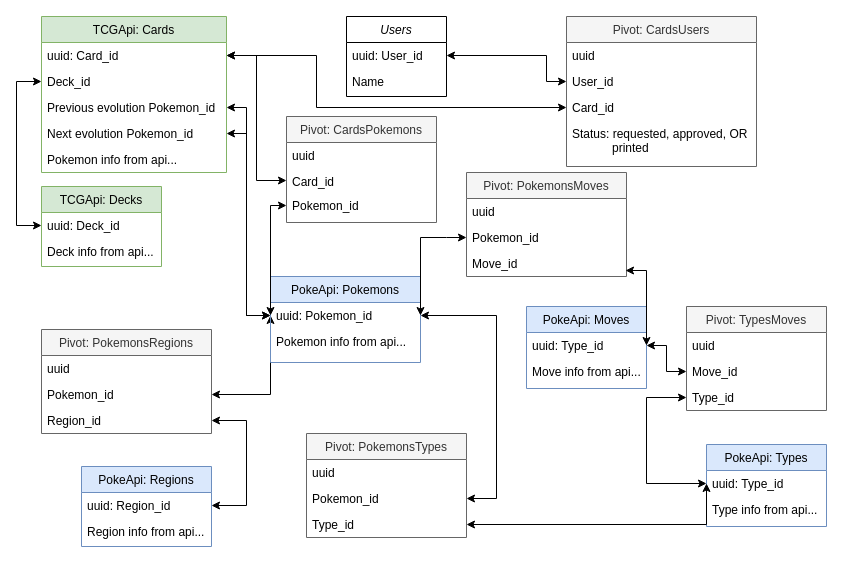
The draw.io diagram Pokemon.drawio in ecreatrix/personal-pokemon, before the edit. Source tidied: cells renumbered, new cells numbered last; positions are measured from the earlier drawing's top-left corner, leaving out a move shared by most shapes. Both pictures are drawn from the tidied source at 100%, with x=0, y=0 at pixel (16, 16).
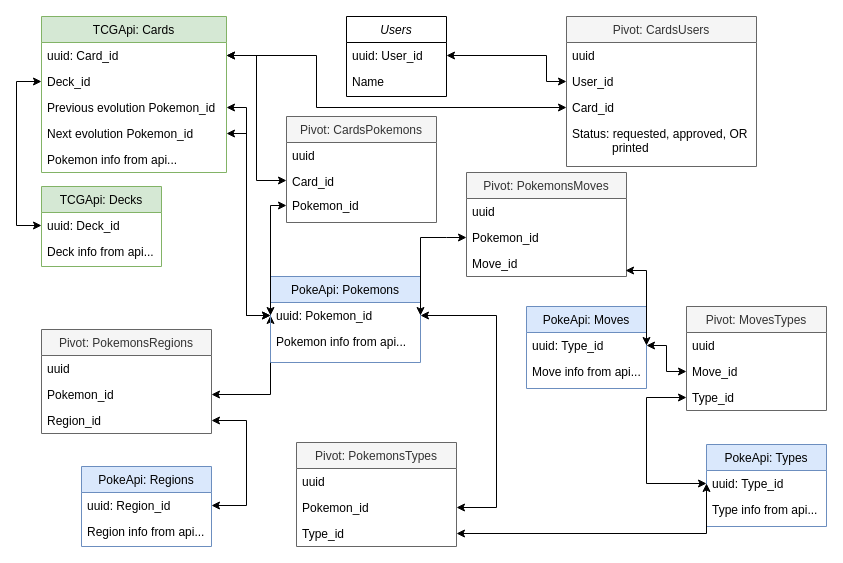
The same page after the edit.

Unchanged cells that the change refers to:
```xml
<mxCell id="29" value="uuid: Type_id" style="text;align=left;verticalAlign=top;spacingLeft=4;spacingRight=4;overflow=hidden;points=[[0,0.5],[1,0.5]];portConstraint=eastwest;" parent="28" vertex="1">
  <mxGeometry y="26" width="120" height="26" as="geometry" />
</mxCell>
<mxCell id="37" value="Pokemon_id" style="text;align=left;verticalAlign=top;spacingLeft=4;spacingRight=4;overflow=hidden;points=[[0,0.5],[1,0.5]];portConstraint=eastwest;rounded=0;shadow=0;html=0;" parent="35" vertex="1">
  <mxGeometry y="52" width="160" height="26" as="geometry" />
</mxCell>
<mxCell id="38" value="Type_id" style="text;align=left;verticalAlign=top;spacingLeft=4;spacingRight=4;overflow=hidden;points=[[0,0.5],[1,0.5]];portConstraint=eastwest;rounded=0;shadow=0;html=0;" parent="35" vertex="1">
  <mxGeometry y="78" width="160" height="26" as="geometry" />
</mxCell>
<mxCell id="47" value="uuid: Pokemon_id" style="text;align=left;verticalAlign=top;spacingLeft=4;spacingRight=4;overflow=hidden;points=[[0,0.5],[1,0.5]];portConstraint=eastwest;" parent="46" vertex="1">
  <mxGeometry y="26" width="150" height="26" as="geometry" />
</mxCell>
```

Diff of the diagram source:
```diff
@@
     <mxCell id="24" style="endArrow=classic;startArrow=classic;html=1;rounded=0;edgeStyle=orthogonalEdgeStyle;exitX=1;exitY=0.5;exitDx=0;exitDy=0;entryX=1;entryY=0.5;entryDx=0;entryDy=0;" parent="1" edge="1" source="47" target="37">
       <mxGeometry relative="1" as="geometry">
         <Array as="points">
           <mxPoint x="480" y="299" />
-          <mxPoint x="480" y="482" />
+          <mxPoint x="480" y="491" />
         </Array>
       </mxGeometry>
     </mxCell>
@@
     <mxCell id="35" value="Pivot: PokemonsTypes" style="swimlane;fontStyle=0;align=center;verticalAlign=top;horizontal=1;startSize=26;rounded=0;shadow=0;strokeWidth=1;fillColor=#f5f5f5;fontColor=#333333;strokeColor=#666666;" parent="1" vertex="1">
-      <mxGeometry x="290" y="417" width="160" height="104" as="geometry" />
+      <mxGeometry x="280" y="426" width="160" height="104" as="geometry" />
     </mxCell>
@@
-    <mxCell id="59" value="Pivot: TypesMoves" style="swimlane;fontStyle=0;align=center;verticalAlign=top;horizontal=1;startSize=26;rounded=0;shadow=0;strokeWidth=1;fillColor=#f5f5f5;fontColor=#333333;strokeColor=#666666;" parent="1" vertex="1">
+    <mxCell id="59" value="Pivot: MovesTypes" style="swimlane;fontStyle=0;align=center;verticalAlign=top;horizontal=1;startSize=26;rounded=0;shadow=0;strokeWidth=1;fillColor=#f5f5f5;fontColor=#333333;strokeColor=#666666;" parent="1" vertex="1">
       <mxGeometry x="670" y="290" width="140" height="104" as="geometry" />
     </mxCell>
@@
     <mxCell id="65" style="endArrow=classic;startArrow=classic;html=1;rounded=0;edgeStyle=orthogonalEdgeStyle;entryX=0;entryY=0.5;entryDx=0;entryDy=0;exitX=1;exitY=0.5;exitDx=0;exitDy=0;" parent="1" edge="1" source="38" target="29">
       <mxGeometry relative="1" as="geometry">
         <Array as="points">
-          <mxPoint x="690" y="508" />
+          <mxPoint x="690" y="517" />
         </Array>
       </mxGeometry>
     </mxCell>
```
